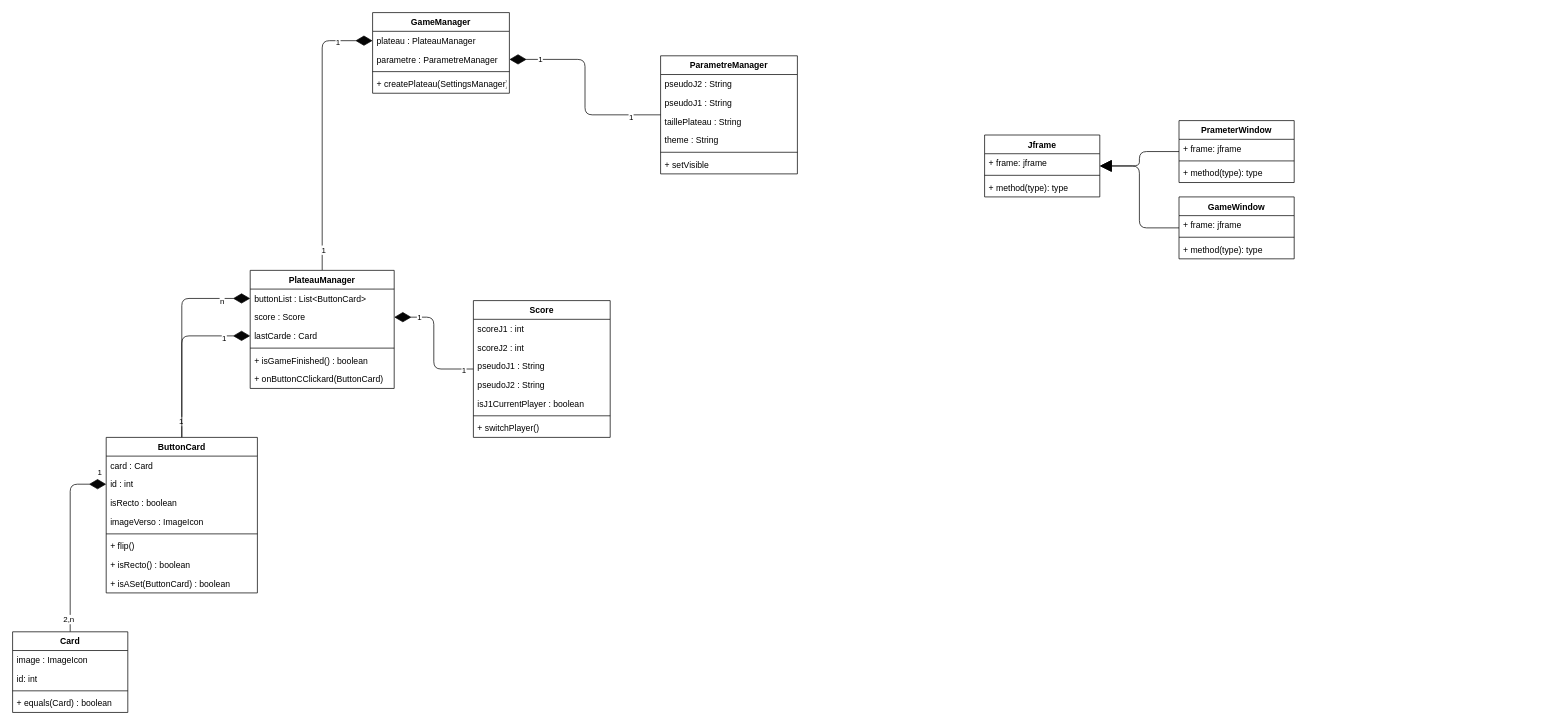
The draw.io diagram Doc/UML/DiagrammeDeClass.drawio in FlorianSoler/Memory, before the edit. Source tidied: cells renumbered, new cells numbered last; positions are measured from the earlier drawing's top-left corner, leaving out a move shared by most shapes. Both pictures are drawn from the tidied source at 72%, with x=0, y=0 at pixel (12, 12).
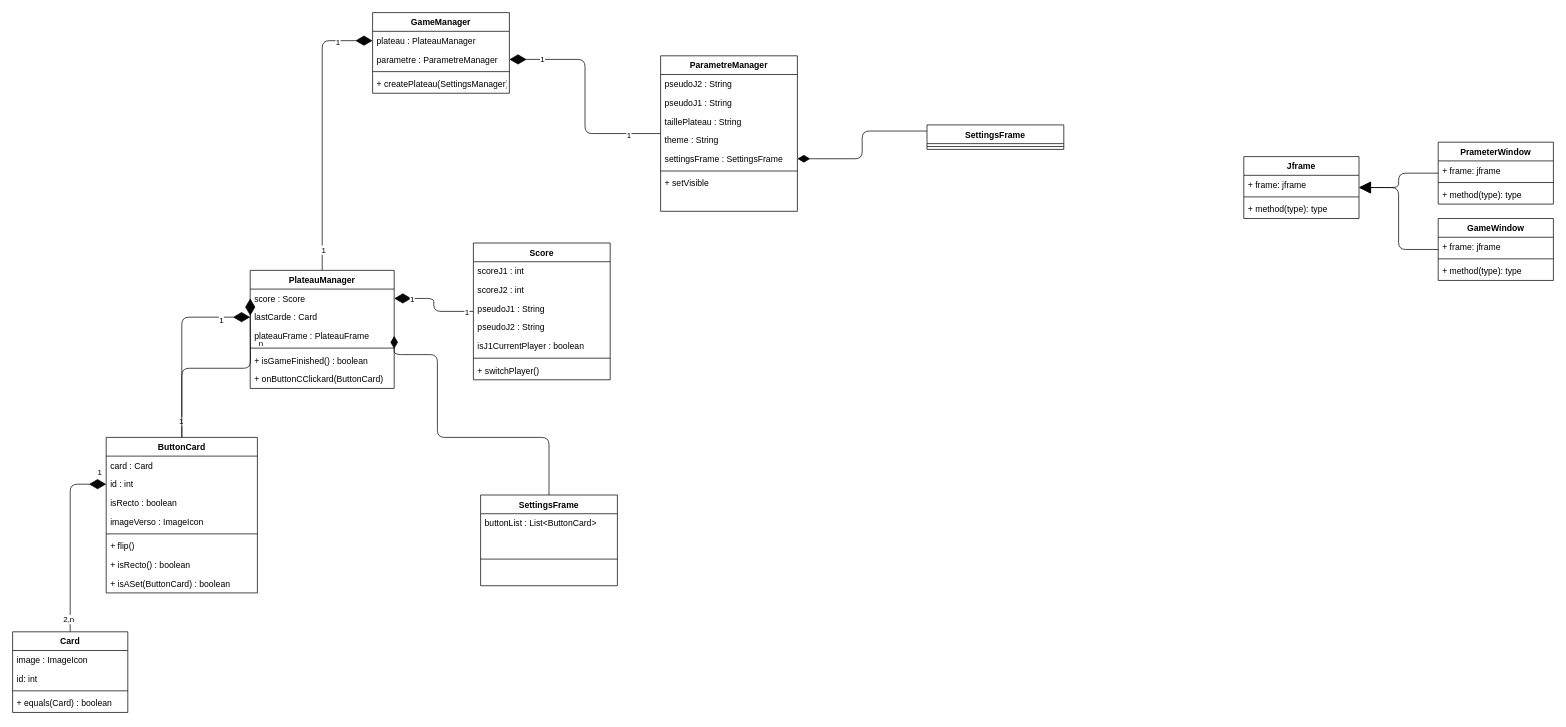
After the change.

Commit message (it also covers changes not shown here):
feat(sequence diagramme): ajout des frames

The change refers to these unchanged cells:
```xml
<mxCell id="29" value="ButtonCard" style="swimlane;fontStyle=1;align=center;verticalAlign=top;horizontal=1;startSize=26;" parent="1" vertex="1">
  <mxGeometry x="130" y="590" width="210" height="216" as="geometry" />
</mxCell>
<mxCell id="41" value="PlateauManager" style="swimlane;fontStyle=1;align=center;verticalAlign=top;horizontal=1;startSize=26;" parent="1" vertex="1">
  <mxGeometry x="330" y="358" width="200" height="164" as="geometry" />
</mxCell>
```

Diff of the diagram source:
```diff
@@
     <mxCell id="10" value="Jframe" style="swimlane;fontStyle=1;align=center;verticalAlign=top;horizontal=1;startSize=26;" parent="1" vertex="1">
-      <mxGeometry x="1350" y="170" width="160" height="86" as="geometry" />
+      <mxGeometry x="1710" y="200" width="160" height="86" as="geometry" />
     </mxCell>
@@
     <mxCell id="15" value="PrameterWindow" style="swimlane;fontStyle=1;align=center;verticalAlign=top;horizontal=1;startSize=26;" parent="1" vertex="1">
-      <mxGeometry x="1620" y="150" width="160" height="86" as="geometry" />
+      <mxGeometry x="1980" y="180" width="160" height="86" as="geometry" />
     </mxCell>
@@
     <mxCell id="20" value="GameWindow" style="swimlane;fontStyle=1;align=center;verticalAlign=top;horizontal=1;startSize=26;" parent="1" vertex="1">
-      <mxGeometry x="1620" y="256" width="160" height="86" as="geometry" />
+      <mxGeometry x="1980" y="286" width="160" height="86" as="geometry" />
     </mxCell>
@@
-    <mxCell id="24" style="edgeStyle=orthogonalEdgeStyle;html=1;entryX=0;entryY=0.5;entryDx=0;entryDy=0;strokeColor=#050505;endArrow=diamondThin;endFill=1;endSize=21;" parent="1" edge="1" source="29" target="42">
-      <mxGeometry relative="1" as="geometry" />
+    <mxCell id="24" style="edgeStyle=orthogonalEdgeStyle;html=1;entryX=0;entryY=0.5;entryDx=0;entryDy=0;strokeColor=#050505;endArrow=diamondThin;endFill=1;endSize=21;" parent="1" edge="1" source="29">
+      <mxGeometry relative="1" as="geometry">
+        <mxPoint x="330" y="397" as="targetPoint" />
+      </mxGeometry>
     </mxCell>
@@
-    <mxCell id="42" value="buttonList : List&lt;ButtonCard&gt;" style="text;strokeColor=none;fillColor=none;align=left;verticalAlign=top;spacingLeft=4;spacingRight=4;overflow=hidden;points=[[0,0.5],[1,0.5]];portConstraint=eastwest;" parent="41" vertex="1">
-      <mxGeometry y="26" width="200" height="26" as="geometry" />
-    </mxCell>
     <mxCell id="43" value="score : Score" style="text;strokeColor=none;fillColor=none;align=left;verticalAlign=top;spacingLeft=4;spacingRight=4;overflow=hidden;points=[[0,0.5],[1,0.5]];portConstraint=eastwest;" parent="41" vertex="1">
-      <mxGeometry y="52" width="200" height="26" as="geometry" />
+      <mxGeometry y="26" width="200" height="26" as="geometry" />
     </mxCell>
     <mxCell id="44" value="lastCarde : Card" style="text;strokeColor=none;fillColor=none;align=left;verticalAlign=top;spacingLeft=4;spacingRight=4;overflow=hidden;points=[[0,0.5],[1,0.5]];portConstraint=eastwest;" parent="41" vertex="1">
-      <mxGeometry y="78" width="200" height="26" as="geometry" />
+      <mxGeometry y="52" width="200" height="26" as="geometry" />
     </mxCell>
+    <mxCell id="74" value="plateauFrame : PlateauFrame" style="text;strokeColor=none;fillColor=none;align=left;verticalAlign=top;spacingLeft=4;spacingRight=4;overflow=hidden;points=[[0,0.5],[1,0.5]];portConstraint=eastwest;" parent="41" vertex="1">
+      <mxGeometry y="78" width="200" height="26" as="geometry" />
+    </mxCell>
@@
     <mxCell id="51" value="Score" style="swimlane;fontStyle=1;align=center;verticalAlign=top;horizontal=1;startSize=26;" parent="1" vertex="1">
-      <mxGeometry x="640" y="400" width="190" height="190" as="geometry" />
+      <mxGeometry x="640" y="320" width="190" height="190" as="geometry" />
     </mxCell>
@@
     <mxCell id="67" value="ParametreManager" style="swimlane;fontStyle=1;align=center;verticalAlign=top;horizontal=1;startSize=26;" parent="1" vertex="1">
-      <mxGeometry x="900" y="60" width="190" height="164" as="geometry" />
+      <mxGeometry x="900" y="60" width="190" height="216" as="geometry" />
     </mxCell>
@@
+    <mxCell id="75" value="settingsFrame : SettingsFrame" style="text;strokeColor=none;fillColor=none;align=left;verticalAlign=top;spacingLeft=4;spacingRight=4;overflow=hidden;points=[[0,0.5],[1,0.5]];portConstraint=eastwest;" parent="67" vertex="1">
+      <mxGeometry y="130" width="190" height="26" as="geometry" />
+    </mxCell>
     <mxCell id="72" style="line;strokeWidth=1;fillColor=none;align=left;verticalAlign=middle;spacingTop=-1;spacingLeft=3;spacingRight=3;labelPosition=right;strokeColor=inherit;" parent="67" vertex="1">
-      <mxGeometry y="130" width="190" height="8" as="geometry" />
+      <mxGeometry y="156" width="190" height="8" as="geometry" />
     </mxCell>
     <mxCell id="73" value="+ setVisible" style="text;strokeColor=none;fillColor=none;align=left;verticalAlign=top;spacingLeft=4;spacingRight=4;overflow=hidden;" parent="67" vertex="1">
-      <mxGeometry y="138" width="190" height="26" as="geometry" />
+      <mxGeometry y="164" width="190" height="26" as="geometry" />
     </mxCell>
+    <mxCell id="76" style="text;strokeColor=none;fillColor=none;align=left;verticalAlign=top;spacingLeft=4;spacingRight=4;overflow=hidden;" parent="67" vertex="1">
+      <mxGeometry y="190" width="190" height="26" as="geometry" />
+    </mxCell>
+    <mxCell id="77" style="edgeStyle=orthogonalEdgeStyle;html=1;entryX=1;entryY=0.5;entryDx=0;entryDy=0;endArrow=diamondThin;endFill=1;strokeColor=#050505;strokeWidth=1;endSize=15;exitX=0;exitY=0.25;exitDx=0;exitDy=0;" parent="1" edge="1" source="78" target="75">
+      <mxGeometry relative="1" as="geometry" />
+    </mxCell>
+    <mxCell id="78" value="SettingsFrame" style="swimlane;fontStyle=1;align=center;verticalAlign=top;horizontal=1;startSize=26;" parent="1" vertex="1">
+      <mxGeometry x="1270" y="156" width="190" height="34" as="geometry" />
+    </mxCell>
+    <mxCell id="79" style="line;strokeWidth=1;fillColor=none;align=left;verticalAlign=middle;spacingTop=-1;spacingLeft=3;spacingRight=3;labelPosition=right;strokeColor=inherit;" parent="78" vertex="1">
+      <mxGeometry y="26" width="190" height="8" as="geometry" />
+    </mxCell>
+    <mxCell id="80" style="edgeStyle=orthogonalEdgeStyle;html=1;entryX=1;entryY=0.5;entryDx=0;entryDy=0;strokeColor=#050505;strokeWidth=1;endArrow=diamondThin;endFill=1;endSize=15;" parent="1" edge="1" source="81" target="74">
+      <mxGeometry relative="1" as="geometry">
+        <Array as="points">
+          <mxPoint x="745" y="590" />
+          <mxPoint x="590" y="590" />
+          <mxPoint x="590" y="475" />
+        </Array>
+      </mxGeometry>
+    </mxCell>
+    <mxCell id="81" value="SettingsFrame" style="swimlane;fontStyle=1;align=center;verticalAlign=top;horizontal=1;startSize=26;" parent="1" vertex="1">
+      <mxGeometry x="650" y="670" width="190" height="126" as="geometry" />
+    </mxCell>
+    <mxCell id="42" value="buttonList : List&lt;ButtonCard&gt;" style="text;strokeColor=none;fillColor=none;align=left;verticalAlign=top;spacingLeft=4;spacingRight=4;overflow=hidden;points=[[0,0.5],[1,0.5]];portConstraint=eastwest;" parent="81" vertex="1">
+      <mxGeometry y="26" width="190" height="26" as="geometry" />
+    </mxCell>
+    <mxCell id="82" style="line;strokeWidth=1;fillColor=none;align=left;verticalAlign=middle;spacingTop=-1;spacingLeft=3;spacingRight=3;labelPosition=right;strokeColor=inherit;" parent="81" vertex="1">
+      <mxGeometry y="52" width="190" height="74" as="geometry" />
+    </mxCell>
```
